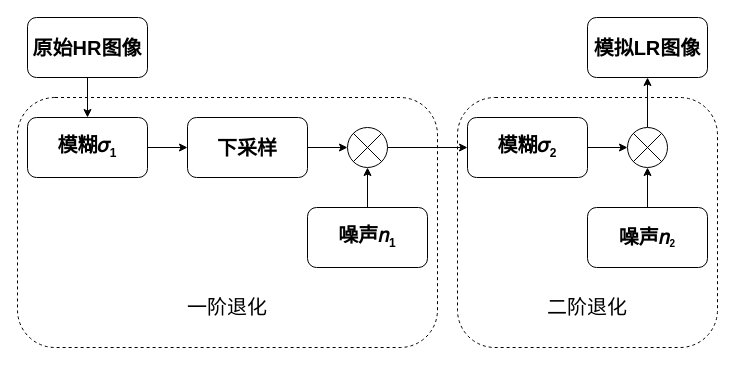
Above: Data-Preparation/noise.dio in ZaneWiegand/Microscope-SR (draw.io), before the change. Source tidied: cells renumbered, new cells numbered last; positions are measured from the earlier drawing's top-left corner, leaving out a move shared by most shapes. Both pictures are drawn from the tidied source at 100%, with x=0, y=0 at pixel (17, 17).
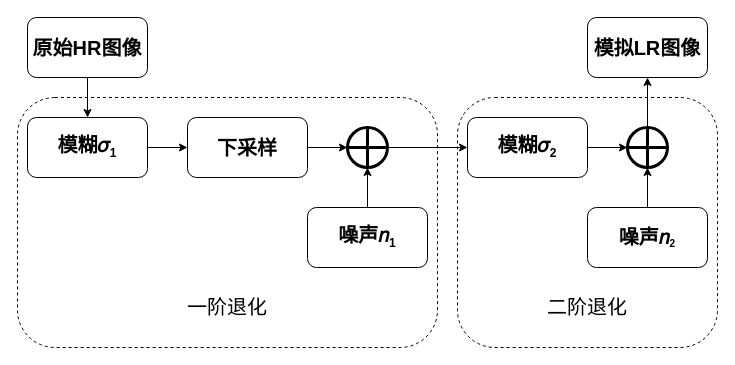
After the change.

The change refers to these unchanged cells:
```xml
<mxCell id="9" value="下采样" style="whiteSpace=wrap;html=1;fontSize=20;rounded=1;fontStyle=1;" parent="1" vertex="1">
  <mxGeometry x="170" y="100" width="120" height="60" as="geometry" />
</mxCell>
<mxCell id="11" value="模糊𝜎&lt;sub&gt;&lt;font style=&quot;font-size: 12px&quot;&gt;2&lt;/font&gt;&lt;/sub&gt;" style="whiteSpace=wrap;html=1;fontSize=20;rounded=1;fontStyle=1;" parent="1" vertex="1">
  <mxGeometry x="450" y="100" width="120" height="60" as="geometry" />
</mxCell>
<mxCell id="13" value="噪声𝑛&lt;sub&gt;&lt;font style=&quot;font-size: 12px&quot;&gt;1&lt;/font&gt;&lt;/sub&gt;" style="whiteSpace=wrap;html=1;fontSize=20;rounded=1;fontStyle=1;" parent="1" vertex="1">
  <mxGeometry x="290" y="190" width="120" height="60" as="geometry" />
</mxCell>
<mxCell id="15" value="噪声𝑛&lt;span style=&quot;font-size: 12px&quot;&gt;&lt;sub&gt;2&lt;/sub&gt;&lt;/span&gt;" style="whiteSpace=wrap;html=1;fontSize=20;rounded=1;fontStyle=1;" parent="1" vertex="1">
  <mxGeometry x="570" y="190" width="120" height="60" as="geometry" />
</mxCell>
<mxCell id="16" value="模拟LR图像" style="whiteSpace=wrap;html=1;fontSize=20;rounded=1;fontStyle=1;" parent="1" vertex="1">
  <mxGeometry x="570" width="120" height="60" as="geometry" />
</mxCell>
```

Change to the diagram source:
```diff
@@
-    <mxCell id="8" style="edgeStyle=none;html=1;" parent="1" edge="1" source="9" target="18">
-      <mxGeometry relative="1" as="geometry" />
+    <mxCell id="8" style="edgeStyle=none;html=1;" parent="1" edge="1" source="9">
+      <mxGeometry relative="1" as="geometry">
+        <mxPoint x="330" y="130" as="targetPoint" />
+      </mxGeometry>
     </mxCell>
@@
-    <mxCell id="10" style="edgeStyle=none;html=1;fontSize=20;" parent="1" edge="1" source="11" target="20">
-      <mxGeometry relative="1" as="geometry" />
+    <mxCell id="10" style="edgeStyle=none;html=1;fontSize=20;" parent="1" edge="1" source="11">
+      <mxGeometry relative="1" as="geometry">
+        <mxPoint x="610" y="130" as="targetPoint" />
+      </mxGeometry>
     </mxCell>
@@
-    <mxCell id="12" style="edgeStyle=none;html=1;exitX=1;exitY=0.5;exitDx=0;exitDy=0;entryX=0.5;entryY=1;entryDx=0;entryDy=0;" parent="1" edge="1" source="13" target="18">
+    <mxCell id="12" style="edgeStyle=none;html=1;exitX=1;exitY=0.5;exitDx=0;exitDy=0;entryX=0.5;entryY=1;entryDx=0;entryDy=0;" parent="1" edge="1" source="13">
       <mxGeometry relative="1" as="geometry">
+        <mxPoint x="350" y="150" as="targetPoint" />
         <Array as="points">
           <mxPoint x="350" y="220" />
         </Array>
       </mxGeometry>
     </mxCell>
@@
-    <mxCell id="14" style="edgeStyle=none;html=1;fontSize=20;" parent="1" edge="1" source="15" target="20">
-      <mxGeometry relative="1" as="geometry" />
+    <mxCell id="14" style="edgeStyle=none;html=1;fontSize=20;" parent="1" edge="1" source="15">
+      <mxGeometry relative="1" as="geometry">
+        <mxPoint x="630" y="150" as="targetPoint" />
+      </mxGeometry>
     </mxCell>
@@
-    <mxCell id="17" style="edgeStyle=none;html=1;" parent="1" edge="1" source="18" target="11">
+    <mxCell id="17" style="edgeStyle=none;html=1;exitX=1;exitY=0.5;exitDx=0;exitDy=0;" parent="1" edge="1" source="21" target="11">
       <mxGeometry relative="1" as="geometry" />
     </mxCell>
-    <mxCell id="18" style="shape=sumEllipse;perimeter=ellipsePerimeter;whiteSpace=wrap;html=1;backgroundOutline=1;fontSize=20;" parent="1" vertex="1">
-      <mxGeometry x="330" y="110" width="40" height="40" as="geometry" />
-    </mxCell>
-    <mxCell id="19" style="edgeStyle=none;html=1;fontSize=20;" parent="1" edge="1" source="20" target="16">
+    <mxCell id="19" style="edgeStyle=none;html=1;fontSize=20;exitX=0.5;exitY=0;exitDx=0;exitDy=0;" parent="1" edge="1" source="22" target="16">
       <mxGeometry relative="1" as="geometry" />
     </mxCell>
-    <mxCell id="20" style="shape=sumEllipse;perimeter=ellipsePerimeter;whiteSpace=wrap;html=1;backgroundOutline=1;fontSize=20;" parent="1" vertex="1">
-      <mxGeometry x="610" y="110" width="40" height="40" as="geometry" />
-    </mxCell>
+    <mxCell id="21" style="shape=orEllipse;perimeter=ellipsePerimeter;whiteSpace=wrap;html=1;backgroundOutline=1;strokeWidth=3;perimeterSpacing=0;gradientColor=none;" parent="1" vertex="1">
+      <mxGeometry x="330" y="110" width="40" height="40" as="geometry" />
+    </mxCell>
+    <mxCell id="22" style="shape=orEllipse;perimeter=ellipsePerimeter;whiteSpace=wrap;html=1;backgroundOutline=1;strokeWidth=3;" parent="1" vertex="1">
+      <mxGeometry x="610" y="110" width="40" height="40" as="geometry" />
+    </mxCell>
```
